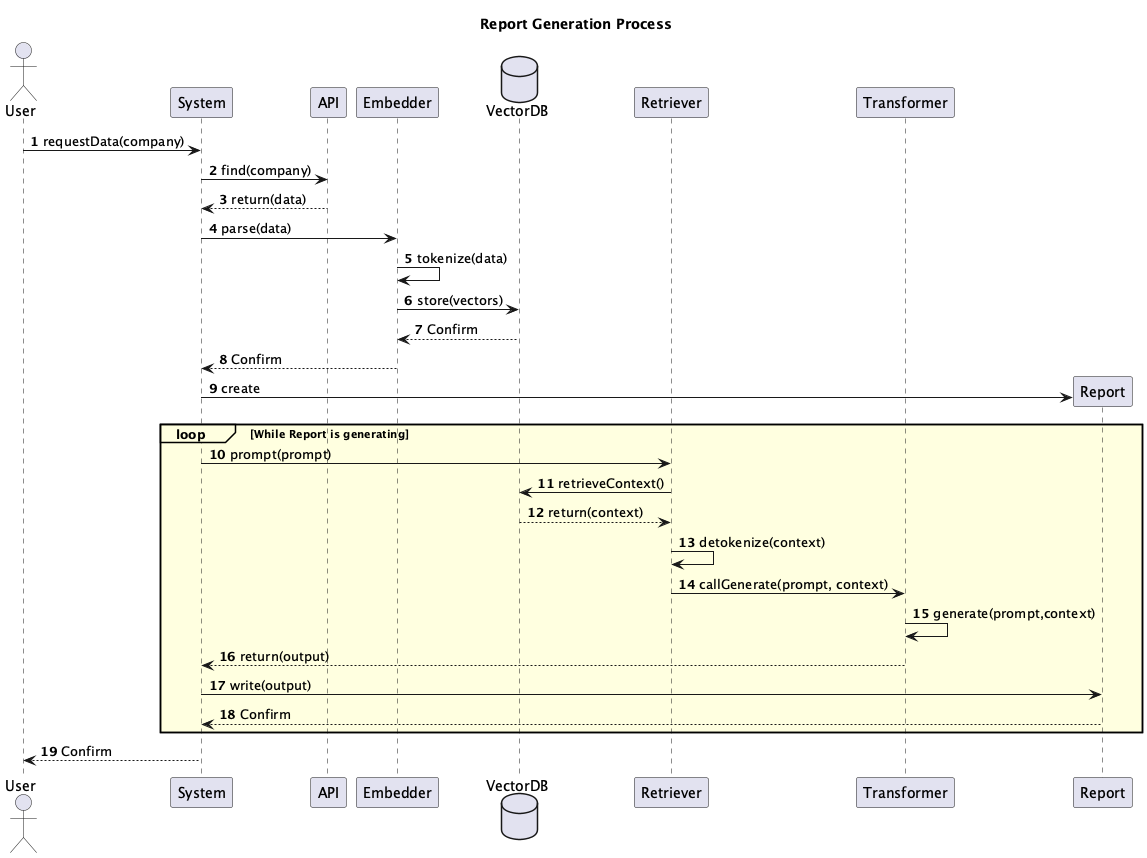
Before: img/uml-sequence-generate-report.png, a diagram exported from PlantUML (anthony-boileau/Team-28-Polyfinance-datathon-2024).
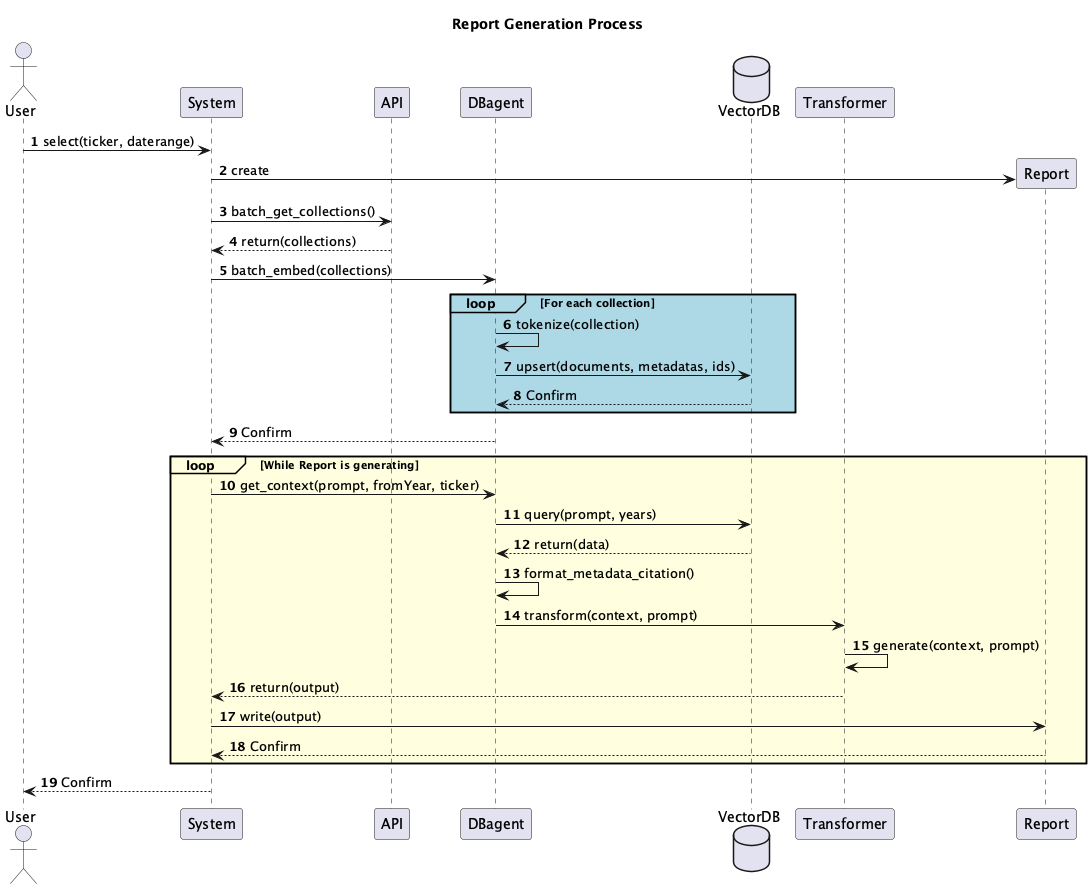
The same diagram one commit later.

What changed in the source:
```diff
@@ -1,35 +1,34 @@
 @startuml
 actor User
 participant System
-participant API as API
-participant Embedder
+participant API
+participant "DBagent"
 database "VectorDB" as DB
-participant Retriever
 participant Transformer
 participant Report
 
 autonumber
-
 title Report Generation Process
 
-User -> System : requestData(company)
-System -> API: find(company)
-API --> System: return(data)
-System -> Embedder: parse(data)
-Embedder -> Embedder: tokenize(data)
-Embedder -> DB: store(vectors)
-DB --> Embedder: Confirm
-Embedder --> System: Confirm
+User -> System: select(ticker, daterange)
+System -> Report **: create
+System -> API: batch_get_collections()
+API --> System: return(collections)
+System -> DBagent: batch_embed(collections)
+loop#lightblue #lightblue For each collection
+    DBagent -> DBagent: tokenize(collection)
+    DBagent -> DB: upsert(documents, metadatas, ids)
+    DB --> DBagent: Confirm
+end
 
-System -> Report **:create
-
+DBagent --> System: Confirm
 loop#lightyellow #lightyellow While Report is generating
-    System -> Retriever: prompt(prompt)
-    Retriever -> DB: retrieveContext()
-    DB --> Retriever: return(context)
-    Retriever -> Retriever: detokenize(context)
-    Retriever -> Transformer: callGenerate(prompt, context)
-    Transformer -> Transformer: generate(prompt,context)
+    System -> DBagent: get_context(prompt, fromYear, ticker)
+    DBagent -> DB: query(prompt, years)
+    DB --> DBagent: return(data)
+    DBagent -> DBagent: format_metadata_citation()
+    DBagent -> Transformer: transform(context, prompt)
+    Transformer -> Transformer: generate(context, prompt)
     Transformer --> System: return(output)
     System -> Report: write(output)
     Report --> System: Confirm
```
